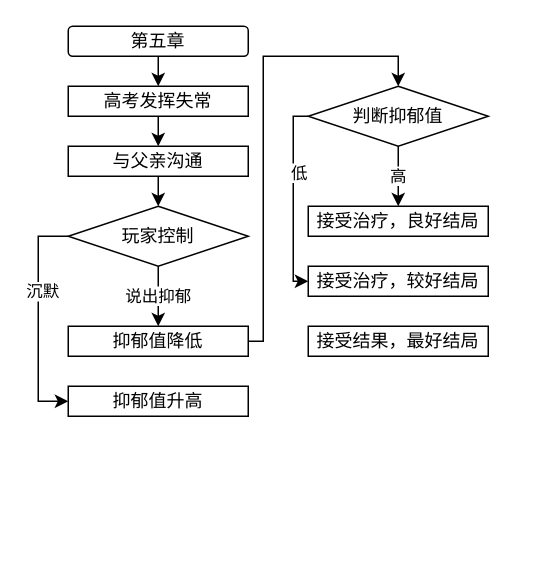
This is 第五章图.drawio from onlymyown/hello-world, a draw.io file, before an edit. Source tidied: cells renumbered, new cells numbered last; positions are measured from the earlier drawing's top-left corner, leaving out a move shared by most shapes. Both pictures are drawn from the tidied source at 150%, with x=0, y=0 at pixel (68, 26).
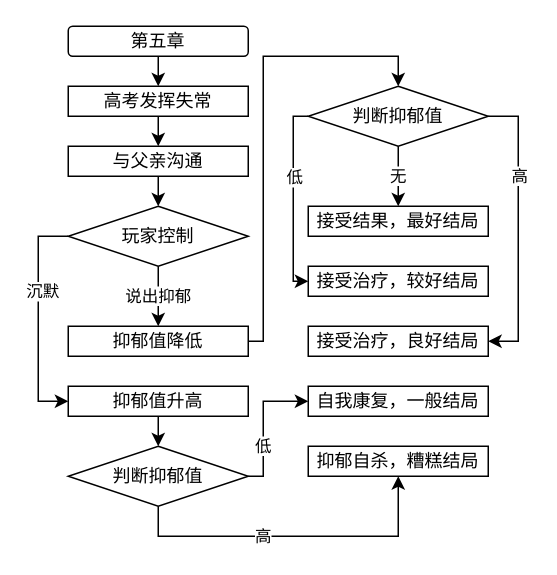
The same page after the edit.

Commit message (it also covers changes not shown here):
更新第五章图.drawio

Unchanged cells that the change refers to:
```xml
<mxCell id="15" value="抑郁值升高" style="rounded=0;whiteSpace=wrap;html=1;" parent="1" vertex="1">
  <mxGeometry y="240" width="120" height="20" as="geometry" />
</mxCell>
<mxCell id="18" style="edgeStyle=orthogonalEdgeStyle;rounded=0;jettySize=auto;html=1;exitX=0;exitY=0.5;exitDx=0;exitDy=0;entryX=0;entryY=0.5;entryDx=0;entryDy=0;" parent="1" edge="1" source="20" target="22">
  <mxGeometry relative="1" as="geometry">
    <Array as="points">
      <mxPoint x="150" y="60" />
      <mxPoint x="150" y="170" />
    </Array>
  </mxGeometry>
</mxCell>
<mxCell id="20" value="判断抑郁值" style="rhombus;whiteSpace=wrap;html=1;" parent="1" vertex="1">
  <mxGeometry x="160" y="40" width="120" height="40" as="geometry" />
</mxCell>
```

What changed in the source:
```diff
@@
+    <mxCell id="24" style="edgeStyle=orthogonalEdgeStyle;rounded=0;jettySize=auto;html=1;exitX=0.5;exitY=1;exitDx=0;exitDy=0;entryX=0.5;entryY=0;entryDx=0;entryDy=0;" parent="1" edge="1" source="15" target="29">
+      <mxGeometry relative="1" as="geometry" />
+    </mxCell>
@@
-    <mxCell id="17" value="高" style="edgeStyle=orthogonalEdgeStyle;rounded=0;jettySize=auto;html=1;exitX=0.5;exitY=1;exitDx=0;exitDy=0;entryX=0.5;entryY=0;entryDx=0;entryDy=0;" parent="1" edge="1" source="20" target="21">
-      <mxGeometry relative="1" as="geometry" />
-    </mxCell>
@@
     <mxCell id="19" value="低" style="edgeLabel;html=1;align=center;verticalAlign=middle;" parent="18" vertex="1">
-      <mxGeometry x="-0.28" y="3" relative="1" as="geometry" />
+      <mxGeometry x="-0.28" y="3" relative="1" as="geometry">
+        <mxPoint x="-3" y="3" as="offset" />
+      </mxGeometry>
     </mxCell>
+    <mxCell id="25" value="无" style="edgeStyle=orthogonalEdgeStyle;rounded=0;jettySize=auto;html=1;exitX=0.5;exitY=1;exitDx=0;exitDy=0;entryX=0.5;entryY=0;entryDx=0;entryDy=0;" parent="1" edge="1" source="20" target="23">
+      <mxGeometry relative="1" as="geometry" />
+    </mxCell>
+    <mxCell id="17" style="edgeStyle=orthogonalEdgeStyle;rounded=0;jettySize=auto;html=1;exitX=1;exitY=0.5;exitDx=0;exitDy=0;entryX=1;entryY=0.5;entryDx=0;entryDy=0;" parent="1" edge="1" source="20" target="21">
+      <mxGeometry relative="1" as="geometry" />
+    </mxCell>
+    <mxCell id="26" value="高" style="edgeLabel;html=1;align=center;verticalAlign=middle;" parent="17" vertex="1">
+      <mxGeometry x="-0.46" relative="1" as="geometry">
+        <mxPoint y="8" as="offset" />
+      </mxGeometry>
+    </mxCell>
@@
     <mxCell id="21" value="接受治疗，良好结局" style="rounded=0;whiteSpace=wrap;html=1;" parent="1" vertex="1">
-      <mxGeometry x="160" y="120" width="120" height="20" as="geometry" />
+      <mxGeometry x="160" y="200" width="120" height="20" as="geometry" />
     </mxCell>
@@
     <mxCell id="23" value="接受结果，最好结局" style="rounded=0;whiteSpace=wrap;html=1;" parent="1" vertex="1">
-      <mxGeometry x="160" y="200" width="120" height="20" as="geometry" />
+      <mxGeometry x="160" y="120" width="120" height="20" as="geometry" />
     </mxCell>
+    <mxCell id="27" value="低" style="edgeStyle=orthogonalEdgeStyle;rounded=0;jettySize=auto;html=1;exitX=1;exitY=0.5;exitDx=0;exitDy=0;entryX=0;entryY=0.5;entryDx=0;entryDy=0;" parent="1" edge="1" source="29" target="30">
+      <mxGeometry x="-0.33" relative="1" as="geometry">
+        <Array as="points">
+          <mxPoint x="130" y="300" />
+          <mxPoint x="130" y="250" />
+        </Array>
+      </mxGeometry>
+    </mxCell>
+    <mxCell id="28" value="高" style="edgeStyle=orthogonalEdgeStyle;rounded=0;jettySize=auto;html=1;exitX=0.5;exitY=1;exitDx=0;exitDy=0;entryX=0.5;entryY=1;entryDx=0;entryDy=0;" parent="1" edge="1" source="29" target="31">
+      <mxGeometry x="-0.18" relative="1" as="geometry" />
+    </mxCell>
+    <mxCell id="29" value="判断抑郁值" style="rhombus;whiteSpace=wrap;html=1;" parent="1" vertex="1">
+      <mxGeometry y="280" width="120" height="40" as="geometry" />
+    </mxCell>
+    <mxCell id="30" value="自我康复，一般结局" style="rounded=0;whiteSpace=wrap;html=1;" parent="1" vertex="1">
+      <mxGeometry x="160" y="240" width="120" height="20" as="geometry" />
+    </mxCell>
+    <mxCell id="31" value="抑郁自杀，糟糕结局" style="rounded=0;whiteSpace=wrap;html=1;" parent="1" vertex="1">
+      <mxGeometry x="160" y="280" width="120" height="20" as="geometry" />
+    </mxCell>
```
